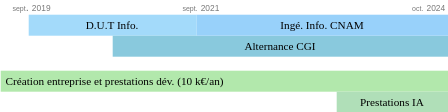
Earlier version of the draw.io export Diagram_timeline.svg (MiloGrabie/Profil). Source tidied: cells renumbered, new cells last; positions are measured from the earlier drawing's top-left corner, leaving out a move shared by most shapes.
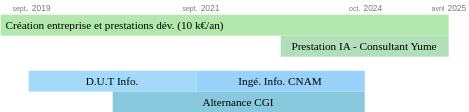
After the commit.

What changed in the source:
```diff
@@ -2,21 +2,15 @@
   <root>
     <mxCell id="0" />
     <mxCell id="1" parent="0" />
-    <mxCell id="2" value="&lt;font style=&quot;font-size: 8px;&quot;&gt;D.U.T Info.&lt;/font&gt;" style="text;html=1;align=center;verticalAlign=middle;whiteSpace=wrap;rounded=0;strokeWidth=2;fontStyle=0;fontSize=8;fillColor=#A3DAFA;strokeColor=none;fontFamily=Calibri;fontSource=https%3A%2F%2Ffonts.googleapis.com%2Fcss%3Ffamily%3DCalibri;" parent="1" vertex="1">
-      <mxGeometry x="20" y="10" width="120" height="15" as="geometry" />
+    <mxCell id="2" value="&lt;font&gt;D.U.T Info.&lt;/font&gt;" style="text;html=1;align=center;verticalAlign=middle;whiteSpace=wrap;rounded=0;strokeWidth=2;fontStyle=0;fontSize=8;fillColor=#A3DAFA;strokeColor=none;fontFamily=Calibri;fontSource=https%3A%2F%2Ffonts.googleapis.com%2Fcss%3Ffamily%3DCalibri;" parent="1" vertex="1">
+      <mxGeometry x="20" y="50" width="120" height="15" as="geometry" />
     </mxCell>
-    <mxCell id="3" value="&lt;span style=&quot;font-weight: normal; font-size: 8px;&quot;&gt;Alternance CGI&lt;/span&gt;" style="text;html=1;align=center;verticalAlign=middle;whiteSpace=wrap;rounded=0;strokeWidth=2;fontStyle=1;fillColor=#89C9DD;strokeColor=none;fontSize=8;fontFamily=Calibri;fontSource=https%3A%2F%2Ffonts.googleapis.com%2Fcss%3Ffamily%3DCalibri;" parent="1" vertex="1">
-      <mxGeometry x="80" y="25" width="240" height="15" as="geometry" />
+    <mxCell id="3" value="&lt;span style=&quot;font-weight: normal;&quot;&gt;Alternance CGI&lt;/span&gt;" style="text;html=1;align=center;verticalAlign=middle;whiteSpace=wrap;rounded=0;strokeWidth=2;fontStyle=1;fillColor=#89C9DD;strokeColor=none;fontSize=8;fontFamily=Calibri;fontSource=https%3A%2F%2Ffonts.googleapis.com%2Fcss%3Ffamily%3DCalibri;" parent="1" vertex="1">
+      <mxGeometry x="80" y="65" width="180" height="15" as="geometry" />
     </mxCell>
-    <mxCell id="4" value="&lt;font style=&quot;font-size: 8px;&quot;&gt;Ingé. Info. CNAM&lt;/font&gt;" style="text;html=1;align=center;verticalAlign=middle;whiteSpace=wrap;rounded=0;strokeWidth=2;fontStyle=0;fontSize=8;fillColor=#98D1FA;strokeColor=none;fontFamily=Calibri;fontSource=https%3A%2F%2Ffonts.googleapis.com%2Fcss%3Ffamily%3DCalibri;" parent="1" vertex="1">
-      <mxGeometry x="140" y="10" width="180" height="15" as="geometry" />
+    <mxCell id="4" value="&lt;font&gt;Ingé. Info. CNAM&lt;/font&gt;" style="text;html=1;align=center;verticalAlign=middle;whiteSpace=wrap;rounded=0;strokeWidth=2;fontStyle=0;fontSize=8;fillColor=#98D1FA;strokeColor=none;fontFamily=Calibri;fontSource=https%3A%2F%2Ffonts.googleapis.com%2Fcss%3Ffamily%3DCalibri;" parent="1" vertex="1">
+      <mxGeometry x="140" y="50" width="120" height="15" as="geometry" />
     </mxCell>
-    <mxCell id="5" value="&amp;nbsp;Création entreprise et prestations dév. (10 k€/an)" style="text;html=1;align=left;verticalAlign=middle;whiteSpace=wrap;rounded=0;fillColor=#B2E8AC;strokeColor=none;fontSize=8;fontFamily=Calibri;fontSource=https%3A%2F%2Ffonts.googleapis.com%2Fcss%3Ffamily%3DCalibri;" parent="1" vertex="1">
-      <mxGeometry y="50" width="320" height="15" as="geometry" />
-    </mxCell>
-    <mxCell id="6" value="&lt;font style=&quot;font-size: 8px;&quot;&gt;Prestations IA&lt;/font&gt;" style="text;html=1;align=center;verticalAlign=middle;whiteSpace=wrap;rounded=0;fillColor=#B0DFB8;strokeColor=none;fontSize=8;fontFamily=Calibri;fontSource=https%3A%2F%2Ffonts.googleapis.com%2Fcss%3Ffamily%3DCalibri;" parent="1" vertex="1">
-      <mxGeometry x="240" y="65" width="80" height="15" as="geometry" />
-    </mxCell>
     <mxCell id="7" value="&lt;font style=&quot;font-size: 5px;&quot;&gt;sept.&lt;/font&gt; &lt;font style=&quot;font-size: 6px;&quot;&gt;2021&lt;/font&gt;" style="text;html=1;align=center;verticalAlign=middle;whiteSpace=wrap;rounded=0;fontSize=8;fillColor=none;fontColor=#787878;strokeColor=none;strokeWidth=0.5;" parent="1" vertex="1">
       <mxGeometry x="121" width="45" height="10" as="geometry" />
     </mxCell>
@@ -24,7 +18,16 @@
       <mxGeometry width="45" height="10" as="geometry" />
     </mxCell>
     <mxCell id="9" value="&lt;font style=&quot;font-size: 5px;&quot;&gt;oct.&lt;/font&gt; &lt;font style=&quot;font-size: 6px;&quot;&gt;2024&lt;/font&gt;" style="text;html=1;align=right;verticalAlign=middle;whiteSpace=wrap;rounded=0;fontSize=8;fillColor=none;fontColor=#787878;strokeColor=none;strokeWidth=0.5;" parent="1" vertex="1">
-      <mxGeometry x="285" width="35" height="10" as="geometry" />
+      <mxGeometry x="240" width="35" height="10" as="geometry" />
     </mxCell>
+    <mxCell id="5" value="&amp;nbsp;Création entreprise et prestations dév. (10 k€/an)" style="text;html=1;align=left;verticalAlign=middle;whiteSpace=wrap;rounded=0;fillColor=#B2E8AC;strokeColor=none;fontSize=8;fontFamily=Calibri;fontSource=https%3A%2F%2Ffonts.googleapis.com%2Fcss%3Ffamily%3DCalibri;" parent="1" vertex="1">
+      <mxGeometry y="10" width="320" height="15" as="geometry" />
+    </mxCell>
+    <mxCell id="10" value="&lt;font&gt;Prestation IA - Consultant Yume&lt;/font&gt;" style="text;html=1;align=center;verticalAlign=middle;whiteSpace=wrap;rounded=0;fillColor=#B0DFB8;strokeColor=none;fontSize=8;fontFamily=Calibri;fontSource=https%3A%2F%2Ffonts.googleapis.com%2Fcss%3Ffamily%3DCalibri;" parent="1" vertex="1">
+      <mxGeometry x="200" y="25" width="120" height="15" as="geometry" />
+    </mxCell>
+    <mxCell id="11" value="&lt;font style=&quot;font-size: 5px;&quot;&gt;avril&lt;/font&gt;&amp;nbsp;&lt;font style=&quot;font-size: 6px;&quot;&gt;2025&lt;/font&gt;" style="text;html=1;align=right;verticalAlign=middle;whiteSpace=wrap;rounded=0;fontSize=8;fillColor=none;fontColor=#787878;strokeColor=none;strokeWidth=0.5;" parent="1" vertex="1">
+      <mxGeometry x="300" width="35" height="10" as="geometry" />
+    </mxCell>
   </root>
 </mxGraphModel>
```
